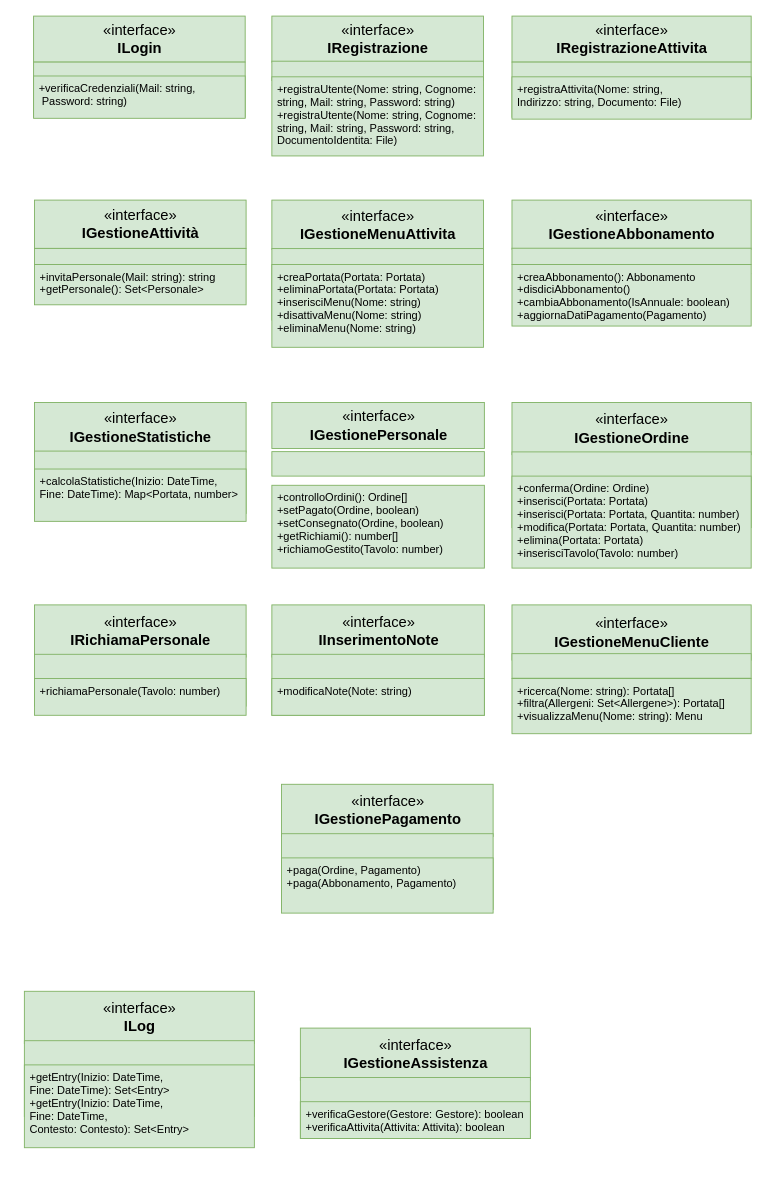
The draw.io diagram progettazione/interfacce.drawio in Marco-Burattoni/Progetto-ids, before the edit. Source tidied: cells renumbered, new cells numbered last; positions are measured from the earlier drawing's top-left corner, leaving out a move shared by most shapes. Both pictures are drawn from the tidied source at 92%, with x=0, y=0 at pixel (24, 16).
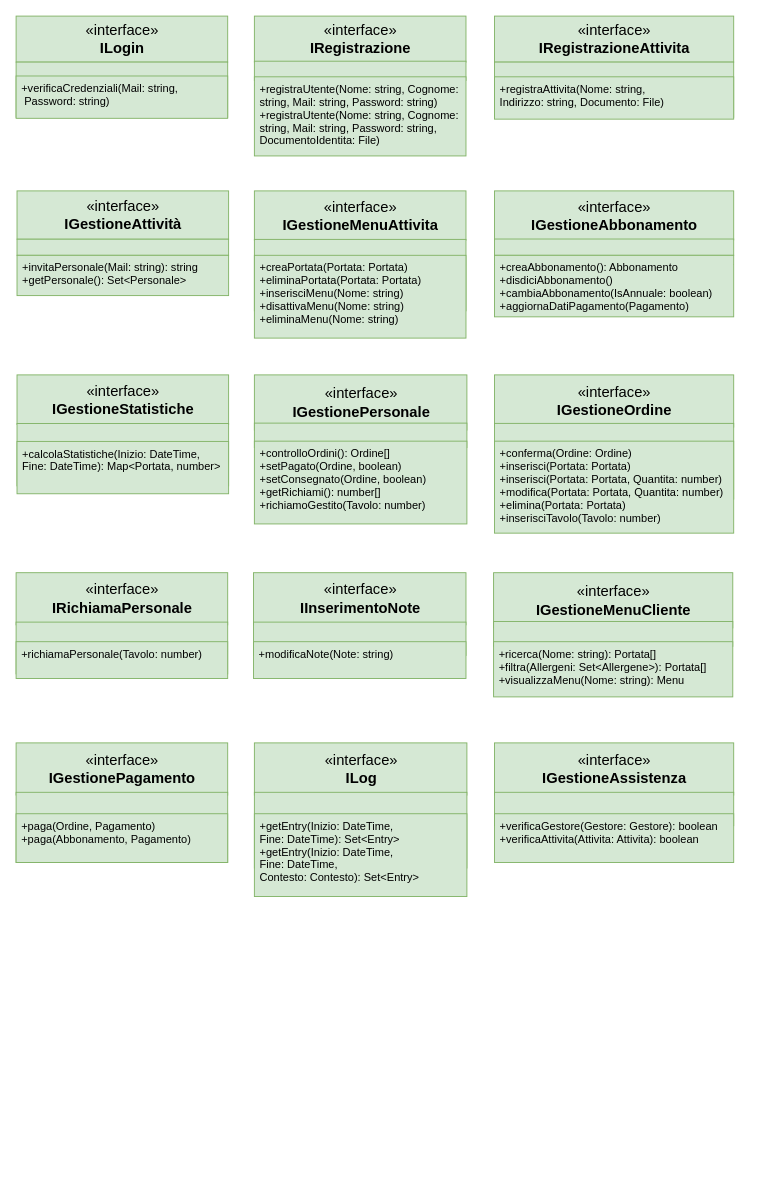
The same page after the edit.

Diff of the diagram source:
```diff
@@
     <mxCell id="2" style="group;" parent="1" vertex="1">
-      <mxGeometry x="10" width="230" height="111.1" as="geometry" />
+      <mxGeometry x="-9" width="230" height="111.1" as="geometry" />
     </mxCell>
@@
     <mxCell id="7" style="group;" parent="1" vertex="1">
-      <mxGeometry x="269" width="230" height="180" as="geometry" />
+      <mxGeometry x="250" width="230" height="180" as="geometry" />
     </mxCell>
@@
     <mxCell id="12" style="group;" parent="1" vertex="1">
-      <mxGeometry y="1060" width="250" height="180" as="geometry" />
+      <mxGeometry x="250" y="790" width="231" height="180" as="geometry" />
     </mxCell>
     <mxCell id="13" value="«interface»&lt;br&gt;&lt;b&gt;ILog&lt;/b&gt;" style="html=1;fontSize=16;fillColor=#d5e8d4;strokeColor=#82b366;" parent="12" vertex="1">
-      <mxGeometry width="250" height="56.7" as="geometry" />
+      <mxGeometry width="231" height="56.7" as="geometry" />
     </mxCell>
     <mxCell id="14" style="html=1;fontSize=16;fillColor=#d5e8d4;strokeColor=#82b366;" parent="12" vertex="1">
-      <mxGeometry y="53.7" width="250" height="82.3" as="geometry" />
+      <mxGeometry y="53.7" width="231" height="82.3" as="geometry" />
     </mxCell>
     <mxCell id="15" style="line;strokeWidth=1;fillColor=#d5e8d4;align=left;verticalAlign=middle;spacingTop=-1;spacingLeft=3;spacingRight=3;labelPosition=right;strokeColor=#82b366;fontSize=16;" parent="12" vertex="1">
-      <mxGeometry y="80.5" width="250" height="9.1" as="geometry" />
+      <mxGeometry y="80.5" width="231" height="9.1" as="geometry" />
     </mxCell>
     <mxCell id="16" value="+getEntry(Inizio: DateTime,&#10;Fine: DateTime): Set&lt;Entry&gt;&#10;+getEntry(Inizio: DateTime,&#10;Fine: DateTime,&#10;Contesto: Contesto): Set&lt;Entry&gt;" style="text;strokeColor=#82b366;fillColor=#d5e8d4;align=left;verticalAlign=top;spacingLeft=4;spacingRight=4;overflow=hidden;fontSize=12;" parent="12" vertex="1">
-      <mxGeometry y="80" width="250" height="90" as="geometry" />
+      <mxGeometry y="77" width="231" height="90" as="geometry" />
     </mxCell>
     <mxCell id="17" style="group;" parent="1" vertex="1">
-      <mxGeometry x="11" y="200" width="230" height="140" as="geometry" />
+      <mxGeometry x="-8" y="190" width="230" height="140" as="geometry" />
     </mxCell>
@@
     <mxCell id="21" style="group;" parent="1" vertex="1">
-      <mxGeometry x="269" y="420" width="231" height="160" as="geometry" />
+      <mxGeometry x="250" y="390" width="231" height="160" as="geometry" />
     </mxCell>
     <mxCell id="22" value="«interface»&lt;br&gt;&lt;b&gt;IGestionePersonale&lt;/b&gt;" style="html=1;fontSize=16;fillColor=#d5e8d4;strokeColor=#82b366;" parent="21" vertex="1">
-      <mxGeometry width="231" height="50" as="geometry" />
+      <mxGeometry width="231" height="60" as="geometry" />
     </mxCell>
     <mxCell id="23" style="html=1;fontSize=16;fillColor=#d5e8d4;strokeColor=#82b366;" parent="21" vertex="1">
-      <mxGeometry y="53.4" width="231" height="26.6" as="geometry" />
+      <mxGeometry y="52.4" width="231" height="26.6" as="geometry" />
     </mxCell>
     <mxCell id="24" value="+controlloOrdini(): Ordine[]&#10;+setPagato(Ordine, boolean)&#10;+setConsegnato(Ordine, boolean)&#10;+getRichiami(): number[]&#10;+richiamoGestito(Tavolo: number)" style="text;strokeColor=#82b366;fillColor=#d5e8d4;align=left;verticalAlign=top;spacingLeft=4;spacingRight=4;overflow=hidden;fontSize=12;" parent="21" vertex="1">
-      <mxGeometry y="90" width="231" height="90" as="geometry" />
+      <mxGeometry y="72" width="231" height="90" as="geometry" />
     </mxCell>
     <mxCell id="25" style="group;" parent="1" vertex="1">
-      <mxGeometry x="530" width="260" height="180" as="geometry" />
+      <mxGeometry x="511" width="260" height="180" as="geometry" />
     </mxCell>
@@
     <mxCell id="30" style="group;" parent="1" vertex="1">
-      <mxGeometry x="530" y="420" width="260" height="180" as="geometry" />
+      <mxGeometry x="511" y="390" width="260" height="180" as="geometry" />
     </mxCell>
@@
     <mxCell id="32" style="html=1;fontSize=16;fillColor=#d5e8d4;strokeColor=#82b366;" parent="30" vertex="1">
-      <mxGeometry y="53.7" width="260" height="82.3" as="geometry" />
+      <mxGeometry y="52.7" width="260" height="82.3" as="geometry" />
     </mxCell>
@@
     <mxCell id="34" value="+conferma(Ordine: Ordine)&#10;+inserisci(Portata: Portata)&#10;+inserisci(Portata: Portata, Quantita: number)&#10;+modifica(Portata: Portata, Quantita: number)&#10;+elimina(Portata: Portata)&#10;+inserisciTavolo(Tavolo: number)" style="text;strokeColor=#82b366;fillColor=#d5e8d4;align=left;verticalAlign=top;spacingLeft=4;spacingRight=4;overflow=hidden;fontSize=12;" parent="30" vertex="1">
-      <mxGeometry y="80" width="260" height="100" as="geometry" />
+      <mxGeometry y="72" width="260" height="100" as="geometry" />
     </mxCell>
     <mxCell id="35" style="group;" parent="1" vertex="1">
-      <mxGeometry x="300" y="1100" width="250" height="170" as="geometry" />
+      <mxGeometry x="511" y="790" width="260" height="170" as="geometry" />
     </mxCell>
     <mxCell id="36" value="«interface»&lt;br&gt;&lt;b&gt;IGestioneAssistenza&lt;/b&gt;" style="html=1;fontSize=16;fillColor=#d5e8d4;strokeColor=#82b366;" parent="35" vertex="1">
-      <mxGeometry width="250" height="56.7" as="geometry" />
+      <mxGeometry width="260" height="56.7" as="geometry" />
     </mxCell>
     <mxCell id="37" style="html=1;fontSize=16;fillColor=#d5e8d4;strokeColor=#82b366;" parent="35" vertex="1">
-      <mxGeometry y="53.7" width="250" height="66.3" as="geometry" />
+      <mxGeometry y="53.7" width="260" height="36.3" as="geometry" />
     </mxCell>
     <mxCell id="38" style="line;strokeWidth=1;fillColor=#d5e8d4;align=left;verticalAlign=middle;spacingTop=-1;spacingLeft=3;spacingRight=3;labelPosition=right;strokeColor=#82b366;fontSize=16;" parent="35" vertex="1">
-      <mxGeometry y="80.5" width="250" height="9.1" as="geometry" />
+      <mxGeometry y="80.5" width="260" height="9.1" as="geometry" />
     </mxCell>
     <mxCell id="39" value="+verificaGestore(Gestore: Gestore): boolean&#10;+verificaAttivita(Attivita: Attivita): boolean" style="text;strokeColor=#82b366;fillColor=#d5e8d4;align=left;verticalAlign=top;spacingLeft=4;spacingRight=4;overflow=hidden;fontSize=12;" parent="35" vertex="1">
-      <mxGeometry y="80" width="250" height="40" as="geometry" />
+      <mxGeometry y="77" width="260" height="53" as="geometry" />
     </mxCell>
     <mxCell id="40" style="group;" parent="1" vertex="1">
-      <mxGeometry x="11" y="640" width="230" height="170" as="geometry" />
+      <mxGeometry x="-9" y="605" width="230" height="170" as="geometry" />
     </mxCell>
@@
     <mxCell id="44" value="+richiamaPersonale(Tavolo: number)" style="text;strokeColor=#82b366;fillColor=#d5e8d4;align=left;verticalAlign=top;spacingLeft=4;spacingRight=4;overflow=hidden;fontSize=12;" parent="40" vertex="1">
-      <mxGeometry y="80" width="230" height="40" as="geometry" />
+      <mxGeometry y="75" width="230" height="40" as="geometry" />
     </mxCell>
     <mxCell id="45" style="group;" parent="1" vertex="1">
-      <mxGeometry x="530" y="200" width="260" height="160" as="geometry" />
+      <mxGeometry x="511" y="190" width="260" height="160" as="geometry" />
     </mxCell>
@@
     <mxCell id="50" style="group;" parent="1" vertex="1">
-      <mxGeometry x="11" y="420" width="230" height="140" as="geometry" />
+      <mxGeometry x="-8" y="390" width="230" height="140" as="geometry" />
     </mxCell>
@@
     <mxCell id="54" style="group;" parent="1" vertex="1">
-      <mxGeometry x="269" y="200" width="230" height="170" as="geometry" />
+      <mxGeometry x="250" y="190" width="230" height="170" as="geometry" />
     </mxCell>
@@
     <mxCell id="59" style="group;" parent="1" vertex="1">
-      <mxGeometry x="279.5" y="835" width="230" height="170" as="geometry" />
+      <mxGeometry x="-9" y="790" width="230" height="170" as="geometry" />
     </mxCell>
@@
     <mxCell id="61" style="html=1;fontSize=16;fillColor=#d5e8d4;strokeColor=#82b366;" parent="59" vertex="1">
-      <mxGeometry y="53.7" width="230" height="82.3" as="geometry" />
+      <mxGeometry y="53.7" width="230" height="76.3" as="geometry" />
     </mxCell>
@@
     <mxCell id="63" value="+paga(Ordine, Pagamento)&#10;+paga(Abbonamento, Pagamento)" style="text;strokeColor=#82b366;fillColor=#d5e8d4;align=left;verticalAlign=top;spacingLeft=4;spacingRight=4;overflow=hidden;fontSize=12;" parent="59" vertex="1">
-      <mxGeometry y="80" width="230" height="60" as="geometry" />
+      <mxGeometry y="77" width="230" height="53" as="geometry" />
     </mxCell>
     <mxCell id="64" style="group;" parent="1" vertex="1">
-      <mxGeometry x="530" y="640" width="260" height="160" as="geometry" />
+      <mxGeometry x="510" y="605" width="260" height="160" as="geometry" />
     </mxCell>
@@
     <mxCell id="68" value="+ricerca(Nome: string): Portata[]&#10;+filtra(Allergeni: Set&lt;Allergene&gt;): Portata[]&#10;+visualizzaMenu(Nome: string): Menu" style="text;strokeColor=#82b366;fillColor=#d5e8d4;align=left;verticalAlign=top;spacingLeft=4;spacingRight=4;overflow=hidden;fontSize=12;" parent="64" vertex="1">
-      <mxGeometry y="80" width="260" height="60" as="geometry" />
+      <mxGeometry y="75" width="260" height="60" as="geometry" />
     </mxCell>
     <mxCell id="69" style="group;" parent="1" vertex="1">
-      <mxGeometry x="269" y="640" width="231" height="170" as="geometry" />
+      <mxGeometry x="249" y="605" width="231" height="170" as="geometry" />
     </mxCell>
@@
     <mxCell id="71" style="html=1;fontSize=16;fillColor=#d5e8d4;strokeColor=#82b366;" parent="69" vertex="1">
-      <mxGeometry y="53.7" width="231" height="66.3" as="geometry" />
+      <mxGeometry y="53.7" width="231" height="36.3" as="geometry" />
     </mxCell>
-    <mxCell id="72" style="line;strokeWidth=1;fillColor=#d5e8d4;align=left;verticalAlign=middle;spacingTop=-1;spacingLeft=3;spacingRight=3;labelPosition=right;strokeColor=#82b366;fontSize=16;" parent="69" vertex="1">
-      <mxGeometry y="80.5" width="231" height="9.1" as="geometry" />
-    </mxCell>
     <mxCell id="73" value="+modificaNote(Note: string)" style="text;strokeColor=#82b366;fillColor=#d5e8d4;align=left;verticalAlign=top;spacingLeft=4;spacingRight=4;overflow=hidden;fontSize=12;" parent="69" vertex="1">
-      <mxGeometry y="80" width="231" height="40" as="geometry" />
+      <mxGeometry y="75" width="231" height="40" as="geometry" />
     </mxCell>
```
